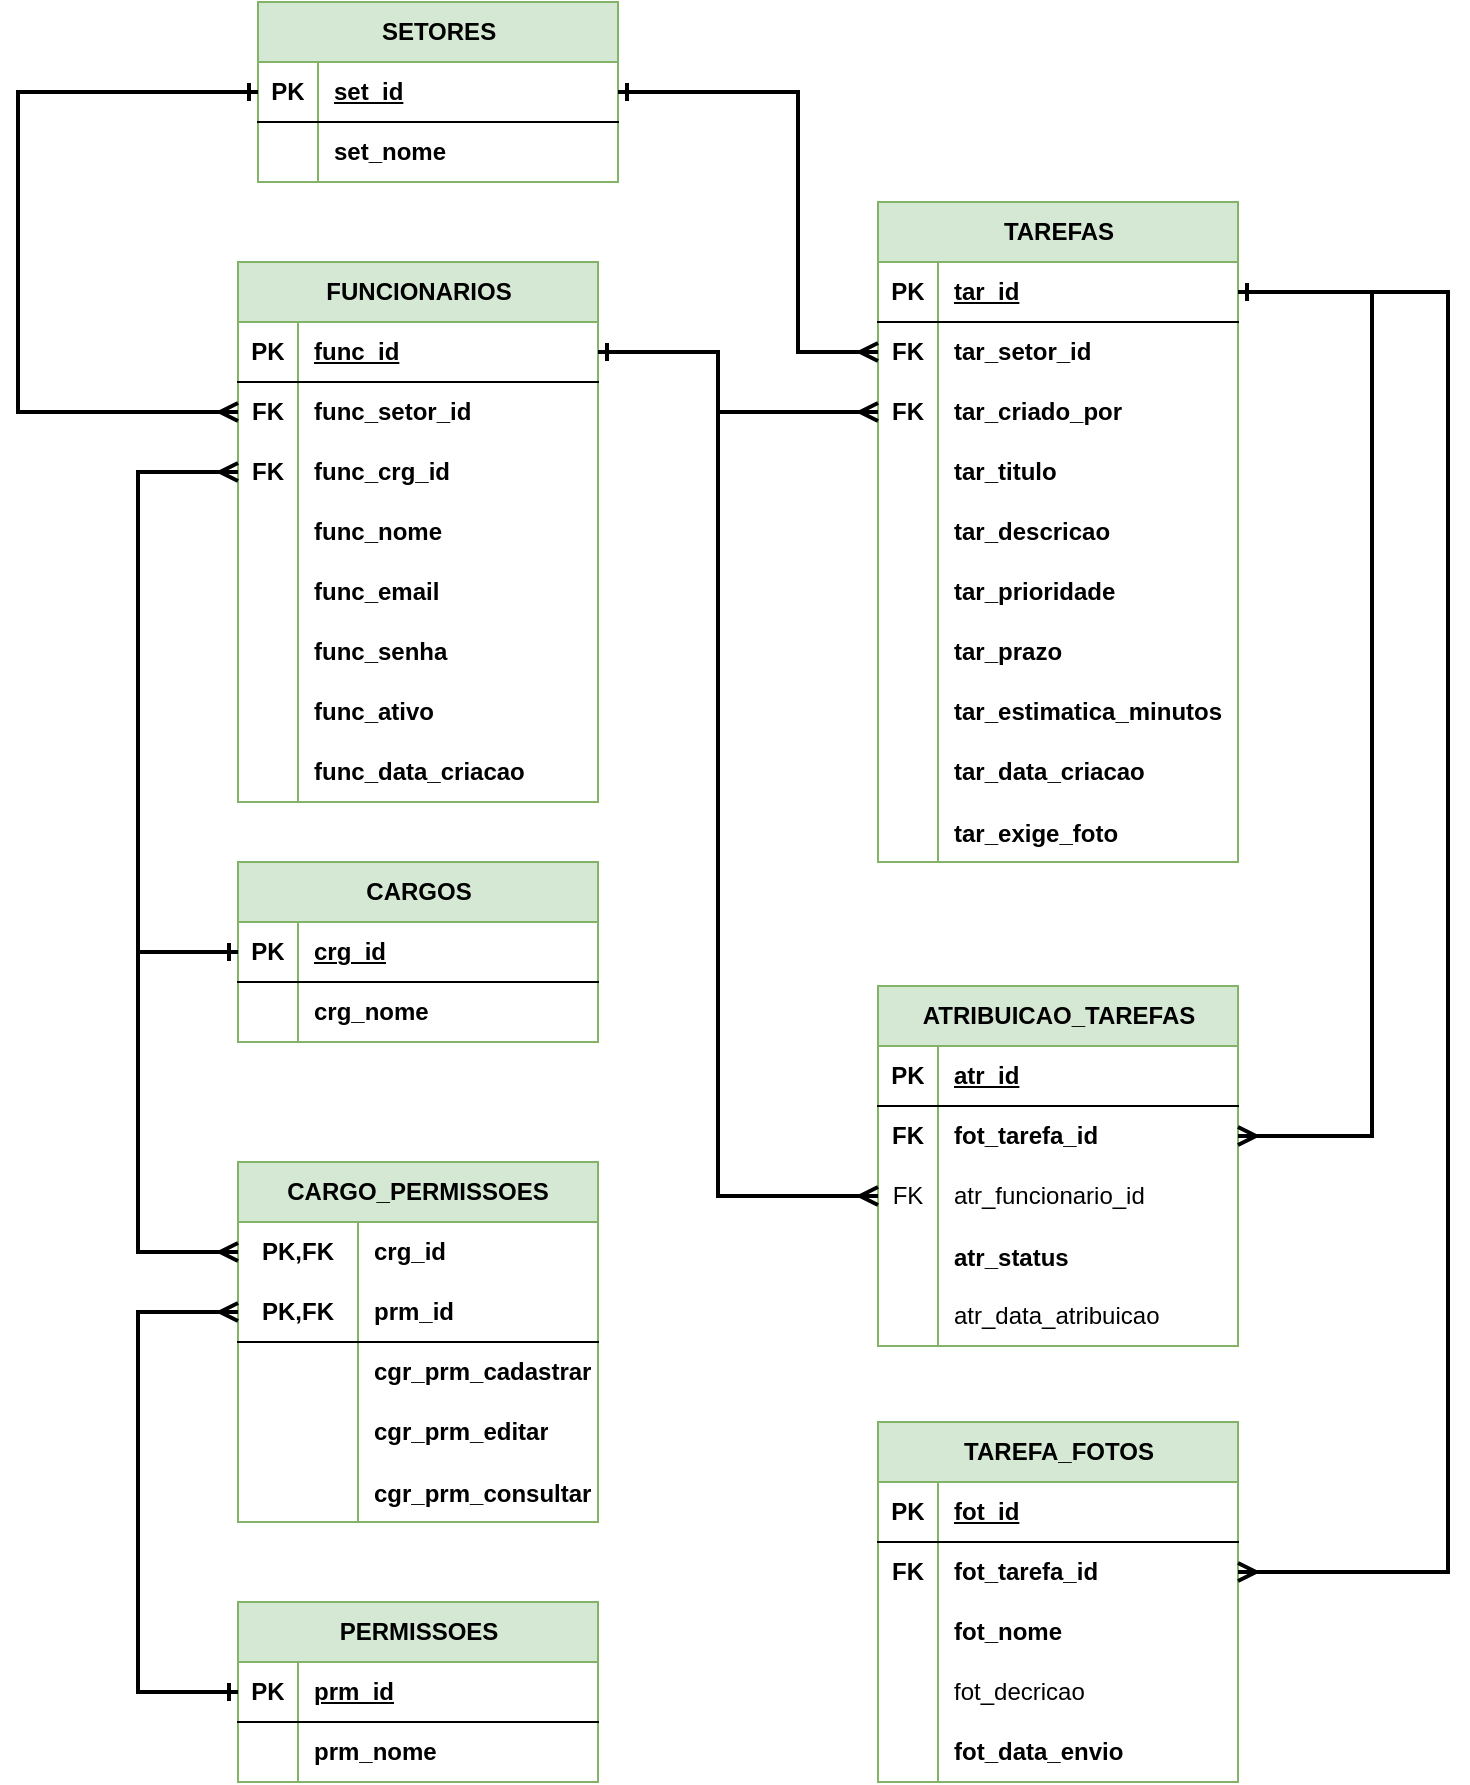
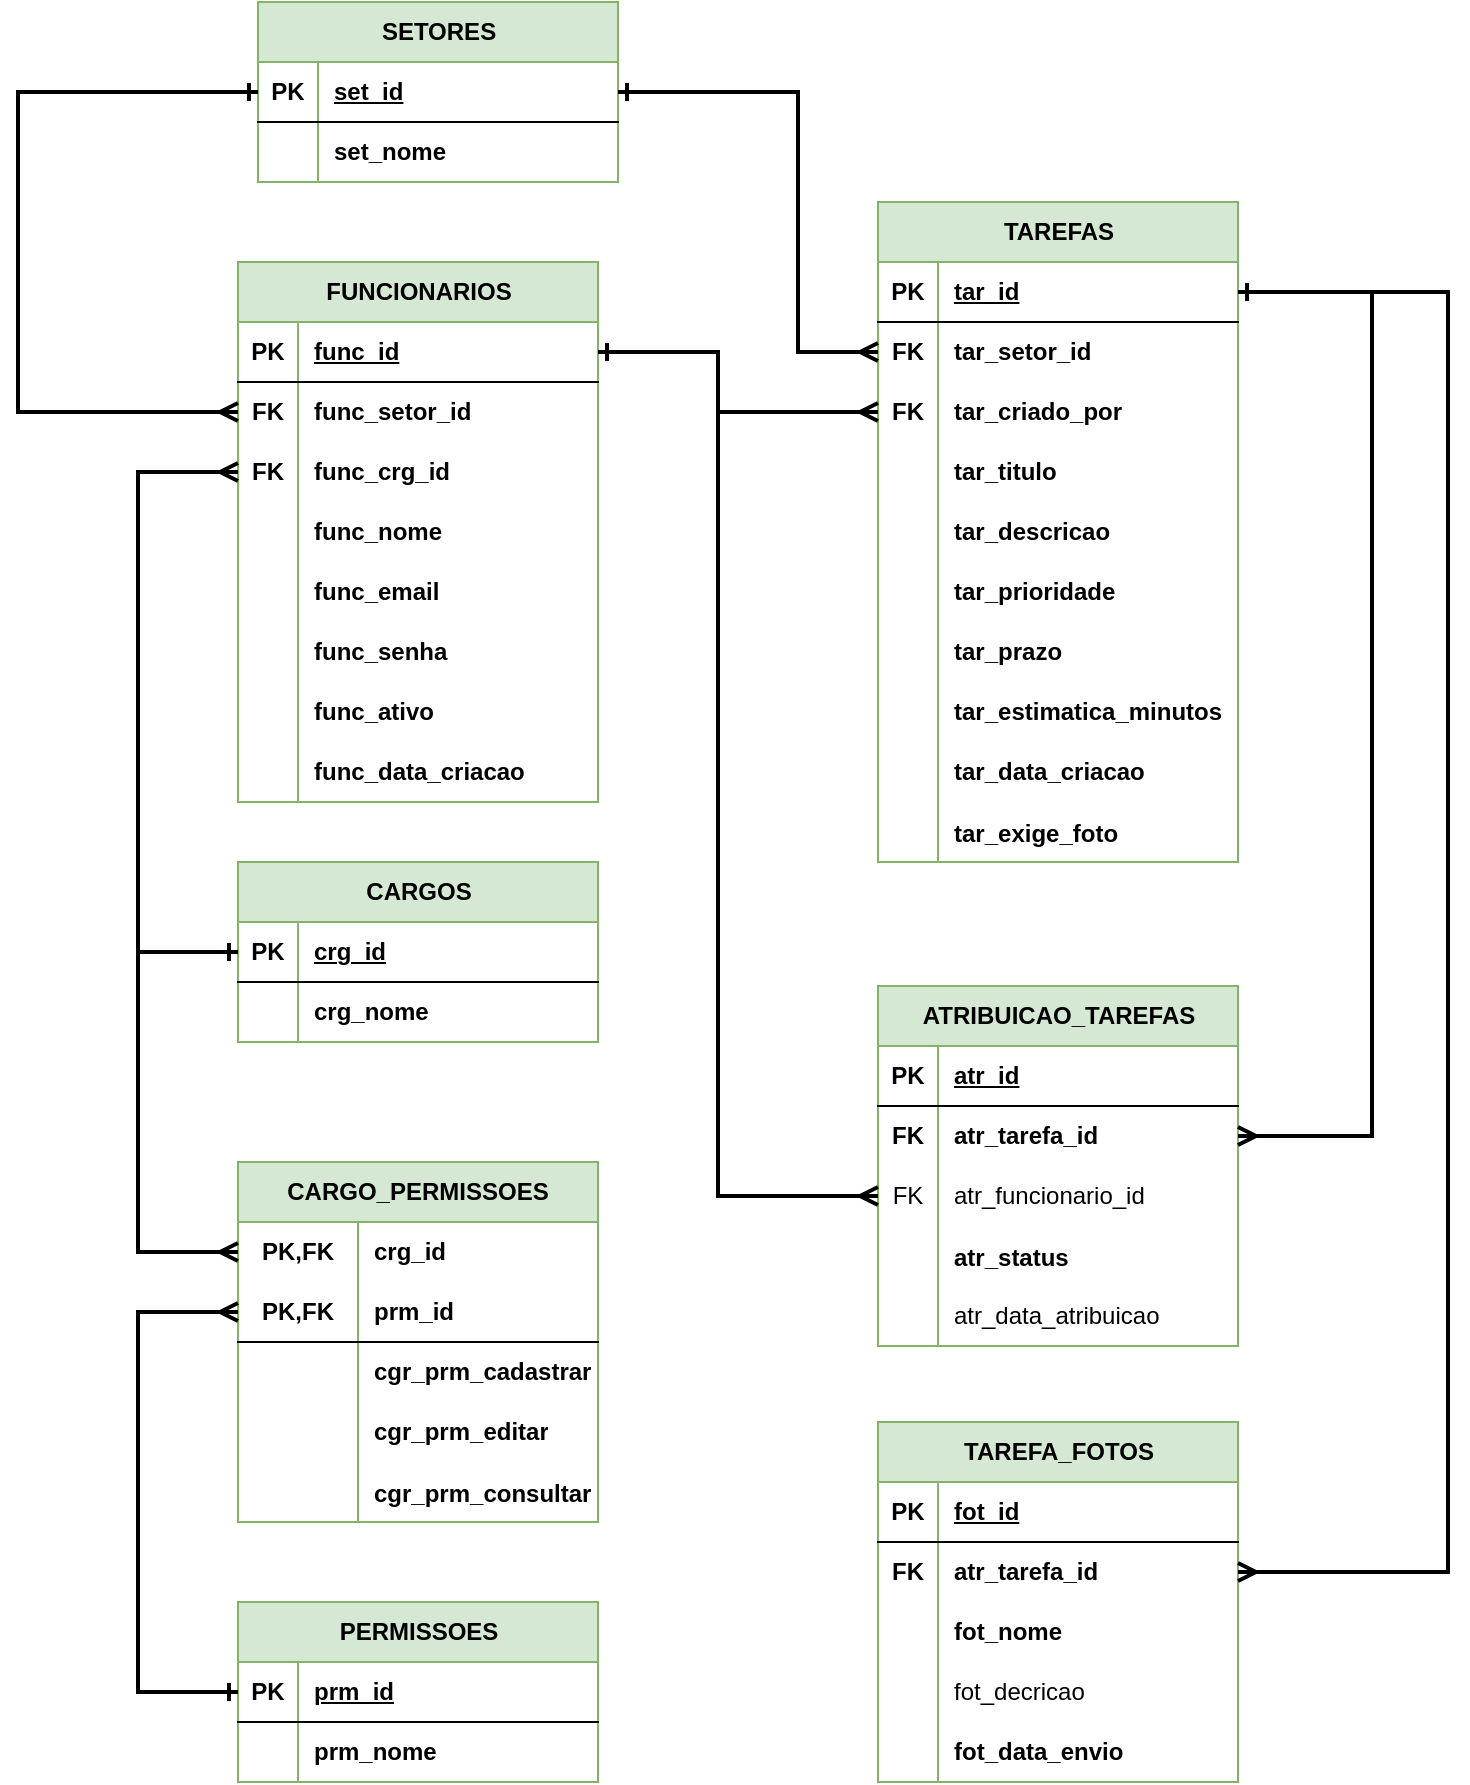
<mxfile host="app.diagrams.net" agent="Mozilla/5.0 (Windows NT 10.0; Win64; x64) AppleWebKit/537.36 (KHTML, like Gecko) Chrome/141.0.0.0 Safari/537.36" version="28.2.5">
  <diagram name="Page-1" id="tdLFEsNiTY2N0Qm3u20K">
    <mxGraphModel dx="1426" dy="1877" grid="0" gridSize="10" guides="1" tooltips="1" connect="1" arrows="1" fold="1" page="1" pageScale="1" pageWidth="850" pageHeight="1100" math="0" shadow="0">
      <root>
        <mxCell id="0" />
        <mxCell id="1" parent="0" />
        <mxCell id="zndUY75Ssu5RbvIsFqk3-79" value="FUNCIONARIOS" style="shape=table;startSize=30;container=1;collapsible=1;childLayout=tableLayout;fixedRows=1;rowLines=0;fontStyle=1;align=center;resizeLast=1;html=1;fillColor=#d5e8d4;strokeColor=#82b366;" parent="1" vertex="1">
          <mxGeometry x="135" y="-870" width="180" height="270" as="geometry" />
        </mxCell>
        <mxCell id="zndUY75Ssu5RbvIsFqk3-80" value="" style="shape=tableRow;horizontal=0;startSize=0;swimlaneHead=0;swimlaneBody=0;fillColor=none;collapsible=0;dropTarget=0;points=[[0,0.5],[1,0.5]];portConstraint=eastwest;top=0;left=0;right=0;bottom=1;" parent="zndUY75Ssu5RbvIsFqk3-79" vertex="1">
          <mxGeometry y="30" width="180" height="30" as="geometry" />
        </mxCell>
        <mxCell id="zndUY75Ssu5RbvIsFqk3-81" value="PK" style="shape=partialRectangle;connectable=0;fillColor=none;top=0;left=0;bottom=0;right=0;fontStyle=1;overflow=hidden;whiteSpace=wrap;html=1;" parent="zndUY75Ssu5RbvIsFqk3-80" vertex="1">
          <mxGeometry width="30" height="30" as="geometry">
            <mxRectangle width="30" height="30" as="alternateBounds" />
          </mxGeometry>
        </mxCell>
        <mxCell id="zndUY75Ssu5RbvIsFqk3-82" value="func_id" style="shape=partialRectangle;connectable=0;fillColor=none;top=0;left=0;bottom=0;right=0;align=left;spacingLeft=6;fontStyle=5;overflow=hidden;whiteSpace=wrap;html=1;" parent="zndUY75Ssu5RbvIsFqk3-80" vertex="1">
          <mxGeometry x="30" width="150" height="30" as="geometry">
            <mxRectangle width="150" height="30" as="alternateBounds" />
          </mxGeometry>
        </mxCell>
        <mxCell id="zndUY75Ssu5RbvIsFqk3-83" value="" style="shape=tableRow;horizontal=0;startSize=0;swimlaneHead=0;swimlaneBody=0;fillColor=none;collapsible=0;dropTarget=0;points=[[0,0.5],[1,0.5]];portConstraint=eastwest;top=0;left=0;right=0;bottom=0;" parent="zndUY75Ssu5RbvIsFqk3-79" vertex="1">
          <mxGeometry y="60" width="180" height="30" as="geometry" />
        </mxCell>
        <mxCell id="zndUY75Ssu5RbvIsFqk3-84" value="&lt;b&gt;FK&lt;/b&gt;" style="shape=partialRectangle;connectable=0;fillColor=none;top=0;left=0;bottom=0;right=0;editable=1;overflow=hidden;whiteSpace=wrap;html=1;" parent="zndUY75Ssu5RbvIsFqk3-83" vertex="1">
          <mxGeometry width="30" height="30" as="geometry">
            <mxRectangle width="30" height="30" as="alternateBounds" />
          </mxGeometry>
        </mxCell>
        <mxCell id="zndUY75Ssu5RbvIsFqk3-85" value="&lt;b&gt;func_setor_id&lt;/b&gt;" style="shape=partialRectangle;connectable=0;fillColor=none;top=0;left=0;bottom=0;right=0;align=left;spacingLeft=6;overflow=hidden;whiteSpace=wrap;html=1;" parent="zndUY75Ssu5RbvIsFqk3-83" vertex="1">
          <mxGeometry x="30" width="150" height="30" as="geometry">
            <mxRectangle width="150" height="30" as="alternateBounds" />
          </mxGeometry>
        </mxCell>
        <mxCell id="zndUY75Ssu5RbvIsFqk3-86" value="" style="shape=tableRow;horizontal=0;startSize=0;swimlaneHead=0;swimlaneBody=0;fillColor=none;collapsible=0;dropTarget=0;points=[[0,0.5],[1,0.5]];portConstraint=eastwest;top=0;left=0;right=0;bottom=0;" parent="zndUY75Ssu5RbvIsFqk3-79" vertex="1">
          <mxGeometry y="90" width="180" height="30" as="geometry" />
        </mxCell>
        <mxCell id="zndUY75Ssu5RbvIsFqk3-87" value="&lt;b&gt;FK&lt;/b&gt;" style="shape=partialRectangle;connectable=0;fillColor=none;top=0;left=0;bottom=0;right=0;editable=1;overflow=hidden;whiteSpace=wrap;html=1;" parent="zndUY75Ssu5RbvIsFqk3-86" vertex="1">
          <mxGeometry width="30" height="30" as="geometry">
            <mxRectangle width="30" height="30" as="alternateBounds" />
          </mxGeometry>
        </mxCell>
        <mxCell id="zndUY75Ssu5RbvIsFqk3-88" value="&lt;b&gt;func_crg_id&lt;/b&gt;" style="shape=partialRectangle;connectable=0;fillColor=none;top=0;left=0;bottom=0;right=0;align=left;spacingLeft=6;overflow=hidden;whiteSpace=wrap;html=1;" parent="zndUY75Ssu5RbvIsFqk3-86" vertex="1">
          <mxGeometry x="30" width="150" height="30" as="geometry">
            <mxRectangle width="150" height="30" as="alternateBounds" />
          </mxGeometry>
        </mxCell>
        <mxCell id="zndUY75Ssu5RbvIsFqk3-89" value="" style="shape=tableRow;horizontal=0;startSize=0;swimlaneHead=0;swimlaneBody=0;fillColor=none;collapsible=0;dropTarget=0;points=[[0,0.5],[1,0.5]];portConstraint=eastwest;top=0;left=0;right=0;bottom=0;" parent="zndUY75Ssu5RbvIsFqk3-79" vertex="1">
          <mxGeometry y="120" width="180" height="30" as="geometry" />
        </mxCell>
        <mxCell id="zndUY75Ssu5RbvIsFqk3-90" value="" style="shape=partialRectangle;connectable=0;fillColor=none;top=0;left=0;bottom=0;right=0;editable=1;overflow=hidden;whiteSpace=wrap;html=1;" parent="zndUY75Ssu5RbvIsFqk3-89" vertex="1">
          <mxGeometry width="30" height="30" as="geometry">
            <mxRectangle width="30" height="30" as="alternateBounds" />
          </mxGeometry>
        </mxCell>
        <mxCell id="zndUY75Ssu5RbvIsFqk3-91" value="&lt;b&gt;func_nome&lt;/b&gt;" style="shape=partialRectangle;connectable=0;fillColor=none;top=0;left=0;bottom=0;right=0;align=left;spacingLeft=6;overflow=hidden;whiteSpace=wrap;html=1;" parent="zndUY75Ssu5RbvIsFqk3-89" vertex="1">
          <mxGeometry x="30" width="150" height="30" as="geometry">
            <mxRectangle width="150" height="30" as="alternateBounds" />
          </mxGeometry>
        </mxCell>
        <mxCell id="zndUY75Ssu5RbvIsFqk3-101" style="shape=tableRow;horizontal=0;startSize=0;swimlaneHead=0;swimlaneBody=0;fillColor=none;collapsible=0;dropTarget=0;points=[[0,0.5],[1,0.5]];portConstraint=eastwest;top=0;left=0;right=0;bottom=0;" parent="zndUY75Ssu5RbvIsFqk3-79" vertex="1">
          <mxGeometry y="150" width="180" height="30" as="geometry" />
        </mxCell>
        <mxCell id="zndUY75Ssu5RbvIsFqk3-102" style="shape=partialRectangle;connectable=0;fillColor=none;top=0;left=0;bottom=0;right=0;editable=1;overflow=hidden;whiteSpace=wrap;html=1;" parent="zndUY75Ssu5RbvIsFqk3-101" vertex="1">
          <mxGeometry width="30" height="30" as="geometry">
            <mxRectangle width="30" height="30" as="alternateBounds" />
          </mxGeometry>
        </mxCell>
        <mxCell id="zndUY75Ssu5RbvIsFqk3-103" value="&lt;b&gt;func_email&lt;/b&gt;" style="shape=partialRectangle;connectable=0;fillColor=none;top=0;left=0;bottom=0;right=0;align=left;spacingLeft=6;overflow=hidden;whiteSpace=wrap;html=1;" parent="zndUY75Ssu5RbvIsFqk3-101" vertex="1">
          <mxGeometry x="30" width="150" height="30" as="geometry">
            <mxRectangle width="150" height="30" as="alternateBounds" />
          </mxGeometry>
        </mxCell>
        <mxCell id="zndUY75Ssu5RbvIsFqk3-104" style="shape=tableRow;horizontal=0;startSize=0;swimlaneHead=0;swimlaneBody=0;fillColor=none;collapsible=0;dropTarget=0;points=[[0,0.5],[1,0.5]];portConstraint=eastwest;top=0;left=0;right=0;bottom=0;" parent="zndUY75Ssu5RbvIsFqk3-79" vertex="1">
          <mxGeometry y="180" width="180" height="30" as="geometry" />
        </mxCell>
        <mxCell id="zndUY75Ssu5RbvIsFqk3-105" style="shape=partialRectangle;connectable=0;fillColor=none;top=0;left=0;bottom=0;right=0;editable=1;overflow=hidden;whiteSpace=wrap;html=1;" parent="zndUY75Ssu5RbvIsFqk3-104" vertex="1">
          <mxGeometry width="30" height="30" as="geometry">
            <mxRectangle width="30" height="30" as="alternateBounds" />
          </mxGeometry>
        </mxCell>
        <mxCell id="zndUY75Ssu5RbvIsFqk3-106" value="&lt;b&gt;func_senha&lt;/b&gt;" style="shape=partialRectangle;connectable=0;fillColor=none;top=0;left=0;bottom=0;right=0;align=left;spacingLeft=6;overflow=hidden;whiteSpace=wrap;html=1;" parent="zndUY75Ssu5RbvIsFqk3-104" vertex="1">
          <mxGeometry x="30" width="150" height="30" as="geometry">
            <mxRectangle width="150" height="30" as="alternateBounds" />
          </mxGeometry>
        </mxCell>
        <mxCell id="zndUY75Ssu5RbvIsFqk3-110" style="shape=tableRow;horizontal=0;startSize=0;swimlaneHead=0;swimlaneBody=0;fillColor=none;collapsible=0;dropTarget=0;points=[[0,0.5],[1,0.5]];portConstraint=eastwest;top=0;left=0;right=0;bottom=0;" parent="zndUY75Ssu5RbvIsFqk3-79" vertex="1">
          <mxGeometry y="210" width="180" height="30" as="geometry" />
        </mxCell>
        <mxCell id="zndUY75Ssu5RbvIsFqk3-111" style="shape=partialRectangle;connectable=0;fillColor=none;top=0;left=0;bottom=0;right=0;editable=1;overflow=hidden;whiteSpace=wrap;html=1;" parent="zndUY75Ssu5RbvIsFqk3-110" vertex="1">
          <mxGeometry width="30" height="30" as="geometry">
            <mxRectangle width="30" height="30" as="alternateBounds" />
          </mxGeometry>
        </mxCell>
        <mxCell id="zndUY75Ssu5RbvIsFqk3-112" value="&lt;b&gt;func_ativo&lt;/b&gt;" style="shape=partialRectangle;connectable=0;fillColor=none;top=0;left=0;bottom=0;right=0;align=left;spacingLeft=6;overflow=hidden;whiteSpace=wrap;html=1;" parent="zndUY75Ssu5RbvIsFqk3-110" vertex="1">
          <mxGeometry x="30" width="150" height="30" as="geometry">
            <mxRectangle width="150" height="30" as="alternateBounds" />
          </mxGeometry>
        </mxCell>
        <mxCell id="zndUY75Ssu5RbvIsFqk3-113" style="shape=tableRow;horizontal=0;startSize=0;swimlaneHead=0;swimlaneBody=0;fillColor=none;collapsible=0;dropTarget=0;points=[[0,0.5],[1,0.5]];portConstraint=eastwest;top=0;left=0;right=0;bottom=0;" parent="zndUY75Ssu5RbvIsFqk3-79" vertex="1">
          <mxGeometry y="240" width="180" height="30" as="geometry" />
        </mxCell>
        <mxCell id="zndUY75Ssu5RbvIsFqk3-114" style="shape=partialRectangle;connectable=0;fillColor=none;top=0;left=0;bottom=0;right=0;editable=1;overflow=hidden;whiteSpace=wrap;html=1;" parent="zndUY75Ssu5RbvIsFqk3-113" vertex="1">
          <mxGeometry width="30" height="30" as="geometry">
            <mxRectangle width="30" height="30" as="alternateBounds" />
          </mxGeometry>
        </mxCell>
        <mxCell id="zndUY75Ssu5RbvIsFqk3-115" value="&lt;b&gt;func_data_criacao&lt;/b&gt;" style="shape=partialRectangle;connectable=0;fillColor=none;top=0;left=0;bottom=0;right=0;align=left;spacingLeft=6;overflow=hidden;whiteSpace=wrap;html=1;" parent="zndUY75Ssu5RbvIsFqk3-113" vertex="1">
          <mxGeometry x="30" width="150" height="30" as="geometry">
            <mxRectangle width="150" height="30" as="alternateBounds" />
          </mxGeometry>
        </mxCell>
        <mxCell id="zndUY75Ssu5RbvIsFqk3-116" value="CARGOS" style="shape=table;startSize=30;container=1;collapsible=1;childLayout=tableLayout;fixedRows=1;rowLines=0;fontStyle=1;align=center;resizeLast=1;html=1;fillColor=#d5e8d4;strokeColor=#82b366;" parent="1" vertex="1">
          <mxGeometry x="135" y="-570" width="180" height="90" as="geometry" />
        </mxCell>
        <mxCell id="zndUY75Ssu5RbvIsFqk3-117" value="" style="shape=tableRow;horizontal=0;startSize=0;swimlaneHead=0;swimlaneBody=0;fillColor=none;collapsible=0;dropTarget=0;points=[[0,0.5],[1,0.5]];portConstraint=eastwest;top=0;left=0;right=0;bottom=1;" parent="zndUY75Ssu5RbvIsFqk3-116" vertex="1">
          <mxGeometry y="30" width="180" height="30" as="geometry" />
        </mxCell>
        <mxCell id="zndUY75Ssu5RbvIsFqk3-118" value="PK" style="shape=partialRectangle;connectable=0;fillColor=none;top=0;left=0;bottom=0;right=0;fontStyle=1;overflow=hidden;whiteSpace=wrap;html=1;" parent="zndUY75Ssu5RbvIsFqk3-117" vertex="1">
          <mxGeometry width="30" height="30" as="geometry">
            <mxRectangle width="30" height="30" as="alternateBounds" />
          </mxGeometry>
        </mxCell>
        <mxCell id="zndUY75Ssu5RbvIsFqk3-119" value="crg_id" style="shape=partialRectangle;connectable=0;fillColor=none;top=0;left=0;bottom=0;right=0;align=left;spacingLeft=6;fontStyle=5;overflow=hidden;whiteSpace=wrap;html=1;" parent="zndUY75Ssu5RbvIsFqk3-117" vertex="1">
          <mxGeometry x="30" width="150" height="30" as="geometry">
            <mxRectangle width="150" height="30" as="alternateBounds" />
          </mxGeometry>
        </mxCell>
        <mxCell id="zndUY75Ssu5RbvIsFqk3-120" value="" style="shape=tableRow;horizontal=0;startSize=0;swimlaneHead=0;swimlaneBody=0;fillColor=none;collapsible=0;dropTarget=0;points=[[0,0.5],[1,0.5]];portConstraint=eastwest;top=0;left=0;right=0;bottom=0;" parent="zndUY75Ssu5RbvIsFqk3-116" vertex="1">
          <mxGeometry y="60" width="180" height="30" as="geometry" />
        </mxCell>
        <mxCell id="zndUY75Ssu5RbvIsFqk3-121" value="" style="shape=partialRectangle;connectable=0;fillColor=none;top=0;left=0;bottom=0;right=0;editable=1;overflow=hidden;whiteSpace=wrap;html=1;" parent="zndUY75Ssu5RbvIsFqk3-120" vertex="1">
          <mxGeometry width="30" height="30" as="geometry">
            <mxRectangle width="30" height="30" as="alternateBounds" />
          </mxGeometry>
        </mxCell>
        <mxCell id="zndUY75Ssu5RbvIsFqk3-122" value="&lt;span style=&quot;font-weight: 700;&quot;&gt;crg_nome&lt;/span&gt;" style="shape=partialRectangle;connectable=0;fillColor=none;top=0;left=0;bottom=0;right=0;align=left;spacingLeft=6;overflow=hidden;whiteSpace=wrap;html=1;" parent="zndUY75Ssu5RbvIsFqk3-120" vertex="1">
          <mxGeometry x="30" width="150" height="30" as="geometry">
            <mxRectangle width="150" height="30" as="alternateBounds" />
          </mxGeometry>
        </mxCell>
        <mxCell id="zndUY75Ssu5RbvIsFqk3-129" value="SETORES" style="shape=table;startSize=30;container=1;collapsible=1;childLayout=tableLayout;fixedRows=1;rowLines=0;fontStyle=1;align=center;resizeLast=1;html=1;fillColor=#d5e8d4;strokeColor=#82b366;" parent="1" vertex="1">
          <mxGeometry x="145" y="-1000" width="180" height="90" as="geometry" />
        </mxCell>
        <mxCell id="zndUY75Ssu5RbvIsFqk3-130" value="" style="shape=tableRow;horizontal=0;startSize=0;swimlaneHead=0;swimlaneBody=0;fillColor=none;collapsible=0;dropTarget=0;points=[[0,0.5],[1,0.5]];portConstraint=eastwest;top=0;left=0;right=0;bottom=1;" parent="zndUY75Ssu5RbvIsFqk3-129" vertex="1">
          <mxGeometry y="30" width="180" height="30" as="geometry" />
        </mxCell>
        <mxCell id="zndUY75Ssu5RbvIsFqk3-131" value="PK" style="shape=partialRectangle;connectable=0;fillColor=none;top=0;left=0;bottom=0;right=0;fontStyle=1;overflow=hidden;whiteSpace=wrap;html=1;" parent="zndUY75Ssu5RbvIsFqk3-130" vertex="1">
          <mxGeometry width="30" height="30" as="geometry">
            <mxRectangle width="30" height="30" as="alternateBounds" />
          </mxGeometry>
        </mxCell>
        <mxCell id="zndUY75Ssu5RbvIsFqk3-132" value="set_id" style="shape=partialRectangle;connectable=0;fillColor=none;top=0;left=0;bottom=0;right=0;align=left;spacingLeft=6;fontStyle=5;overflow=hidden;whiteSpace=wrap;html=1;" parent="zndUY75Ssu5RbvIsFqk3-130" vertex="1">
          <mxGeometry x="30" width="150" height="30" as="geometry">
            <mxRectangle width="150" height="30" as="alternateBounds" />
          </mxGeometry>
        </mxCell>
        <mxCell id="zndUY75Ssu5RbvIsFqk3-133" value="" style="shape=tableRow;horizontal=0;startSize=0;swimlaneHead=0;swimlaneBody=0;fillColor=none;collapsible=0;dropTarget=0;points=[[0,0.5],[1,0.5]];portConstraint=eastwest;top=0;left=0;right=0;bottom=0;" parent="zndUY75Ssu5RbvIsFqk3-129" vertex="1">
          <mxGeometry y="60" width="180" height="30" as="geometry" />
        </mxCell>
        <mxCell id="zndUY75Ssu5RbvIsFqk3-134" value="" style="shape=partialRectangle;connectable=0;fillColor=none;top=0;left=0;bottom=0;right=0;editable=1;overflow=hidden;whiteSpace=wrap;html=1;" parent="zndUY75Ssu5RbvIsFqk3-133" vertex="1">
          <mxGeometry width="30" height="30" as="geometry">
            <mxRectangle width="30" height="30" as="alternateBounds" />
          </mxGeometry>
        </mxCell>
        <mxCell id="zndUY75Ssu5RbvIsFqk3-135" value="&lt;span style=&quot;font-weight: 700;&quot;&gt;set_nome&lt;/span&gt;" style="shape=partialRectangle;connectable=0;fillColor=none;top=0;left=0;bottom=0;right=0;align=left;spacingLeft=6;overflow=hidden;whiteSpace=wrap;html=1;" parent="zndUY75Ssu5RbvIsFqk3-133" vertex="1">
          <mxGeometry x="30" width="150" height="30" as="geometry">
            <mxRectangle width="150" height="30" as="alternateBounds" />
          </mxGeometry>
        </mxCell>
        <mxCell id="zndUY75Ssu5RbvIsFqk3-142" value="TAREFAS" style="shape=table;startSize=30;container=1;collapsible=1;childLayout=tableLayout;fixedRows=1;rowLines=0;fontStyle=1;align=center;resizeLast=1;html=1;fillColor=#d5e8d4;strokeColor=#82b366;" parent="1" vertex="1">
          <mxGeometry x="455" y="-900" width="180" height="330" as="geometry" />
        </mxCell>
        <mxCell id="zndUY75Ssu5RbvIsFqk3-143" value="" style="shape=tableRow;horizontal=0;startSize=0;swimlaneHead=0;swimlaneBody=0;fillColor=none;collapsible=0;dropTarget=0;points=[[0,0.5],[1,0.5]];portConstraint=eastwest;top=0;left=0;right=0;bottom=1;" parent="zndUY75Ssu5RbvIsFqk3-142" vertex="1">
          <mxGeometry y="30" width="180" height="30" as="geometry" />
        </mxCell>
        <mxCell id="zndUY75Ssu5RbvIsFqk3-144" value="PK" style="shape=partialRectangle;connectable=0;fillColor=none;top=0;left=0;bottom=0;right=0;fontStyle=1;overflow=hidden;whiteSpace=wrap;html=1;" parent="zndUY75Ssu5RbvIsFqk3-143" vertex="1">
          <mxGeometry width="30" height="30" as="geometry">
            <mxRectangle width="30" height="30" as="alternateBounds" />
          </mxGeometry>
        </mxCell>
        <mxCell id="zndUY75Ssu5RbvIsFqk3-145" value="tar_id" style="shape=partialRectangle;connectable=0;fillColor=none;top=0;left=0;bottom=0;right=0;align=left;spacingLeft=6;fontStyle=5;overflow=hidden;whiteSpace=wrap;html=1;" parent="zndUY75Ssu5RbvIsFqk3-143" vertex="1">
          <mxGeometry x="30" width="150" height="30" as="geometry">
            <mxRectangle width="150" height="30" as="alternateBounds" />
          </mxGeometry>
        </mxCell>
        <mxCell id="zndUY75Ssu5RbvIsFqk3-146" value="" style="shape=tableRow;horizontal=0;startSize=0;swimlaneHead=0;swimlaneBody=0;fillColor=none;collapsible=0;dropTarget=0;points=[[0,0.5],[1,0.5]];portConstraint=eastwest;top=0;left=0;right=0;bottom=0;" parent="zndUY75Ssu5RbvIsFqk3-142" vertex="1">
          <mxGeometry y="60" width="180" height="30" as="geometry" />
        </mxCell>
        <mxCell id="zndUY75Ssu5RbvIsFqk3-147" value="&lt;b&gt;FK&lt;/b&gt;" style="shape=partialRectangle;connectable=0;fillColor=none;top=0;left=0;bottom=0;right=0;editable=1;overflow=hidden;whiteSpace=wrap;html=1;" parent="zndUY75Ssu5RbvIsFqk3-146" vertex="1">
          <mxGeometry width="30" height="30" as="geometry">
            <mxRectangle width="30" height="30" as="alternateBounds" />
          </mxGeometry>
        </mxCell>
        <mxCell id="zndUY75Ssu5RbvIsFqk3-148" value="&lt;b&gt;tar_setor_id&lt;/b&gt;" style="shape=partialRectangle;connectable=0;fillColor=none;top=0;left=0;bottom=0;right=0;align=left;spacingLeft=6;overflow=hidden;whiteSpace=wrap;html=1;" parent="zndUY75Ssu5RbvIsFqk3-146" vertex="1">
          <mxGeometry x="30" width="150" height="30" as="geometry">
            <mxRectangle width="150" height="30" as="alternateBounds" />
          </mxGeometry>
        </mxCell>
        <mxCell id="zndUY75Ssu5RbvIsFqk3-149" value="" style="shape=tableRow;horizontal=0;startSize=0;swimlaneHead=0;swimlaneBody=0;fillColor=none;collapsible=0;dropTarget=0;points=[[0,0.5],[1,0.5]];portConstraint=eastwest;top=0;left=0;right=0;bottom=0;" parent="zndUY75Ssu5RbvIsFqk3-142" vertex="1">
          <mxGeometry y="90" width="180" height="30" as="geometry" />
        </mxCell>
        <mxCell id="zndUY75Ssu5RbvIsFqk3-150" value="&lt;b&gt;FK&lt;/b&gt;" style="shape=partialRectangle;connectable=0;fillColor=none;top=0;left=0;bottom=0;right=0;editable=1;overflow=hidden;whiteSpace=wrap;html=1;" parent="zndUY75Ssu5RbvIsFqk3-149" vertex="1">
          <mxGeometry width="30" height="30" as="geometry">
            <mxRectangle width="30" height="30" as="alternateBounds" />
          </mxGeometry>
        </mxCell>
        <mxCell id="zndUY75Ssu5RbvIsFqk3-151" value="&lt;b&gt;tar_criado_por&lt;/b&gt;" style="shape=partialRectangle;connectable=0;fillColor=none;top=0;left=0;bottom=0;right=0;align=left;spacingLeft=6;overflow=hidden;whiteSpace=wrap;html=1;" parent="zndUY75Ssu5RbvIsFqk3-149" vertex="1">
          <mxGeometry x="30" width="150" height="30" as="geometry">
            <mxRectangle width="150" height="30" as="alternateBounds" />
          </mxGeometry>
        </mxCell>
        <mxCell id="zndUY75Ssu5RbvIsFqk3-152" value="" style="shape=tableRow;horizontal=0;startSize=0;swimlaneHead=0;swimlaneBody=0;fillColor=none;collapsible=0;dropTarget=0;points=[[0,0.5],[1,0.5]];portConstraint=eastwest;top=0;left=0;right=0;bottom=0;" parent="zndUY75Ssu5RbvIsFqk3-142" vertex="1">
          <mxGeometry y="120" width="180" height="30" as="geometry" />
        </mxCell>
        <mxCell id="zndUY75Ssu5RbvIsFqk3-153" value="" style="shape=partialRectangle;connectable=0;fillColor=none;top=0;left=0;bottom=0;right=0;editable=1;overflow=hidden;whiteSpace=wrap;html=1;" parent="zndUY75Ssu5RbvIsFqk3-152" vertex="1">
          <mxGeometry width="30" height="30" as="geometry">
            <mxRectangle width="30" height="30" as="alternateBounds" />
          </mxGeometry>
        </mxCell>
        <mxCell id="zndUY75Ssu5RbvIsFqk3-154" value="&lt;b&gt;tar_titulo&lt;/b&gt;" style="shape=partialRectangle;connectable=0;fillColor=none;top=0;left=0;bottom=0;right=0;align=left;spacingLeft=6;overflow=hidden;whiteSpace=wrap;html=1;" parent="zndUY75Ssu5RbvIsFqk3-152" vertex="1">
          <mxGeometry x="30" width="150" height="30" as="geometry">
            <mxRectangle width="150" height="30" as="alternateBounds" />
          </mxGeometry>
        </mxCell>
        <mxCell id="zndUY75Ssu5RbvIsFqk3-155" style="shape=tableRow;horizontal=0;startSize=0;swimlaneHead=0;swimlaneBody=0;fillColor=none;collapsible=0;dropTarget=0;points=[[0,0.5],[1,0.5]];portConstraint=eastwest;top=0;left=0;right=0;bottom=0;" parent="zndUY75Ssu5RbvIsFqk3-142" vertex="1">
          <mxGeometry y="150" width="180" height="30" as="geometry" />
        </mxCell>
        <mxCell id="zndUY75Ssu5RbvIsFqk3-156" style="shape=partialRectangle;connectable=0;fillColor=none;top=0;left=0;bottom=0;right=0;editable=1;overflow=hidden;whiteSpace=wrap;html=1;" parent="zndUY75Ssu5RbvIsFqk3-155" vertex="1">
          <mxGeometry width="30" height="30" as="geometry">
            <mxRectangle width="30" height="30" as="alternateBounds" />
          </mxGeometry>
        </mxCell>
        <mxCell id="zndUY75Ssu5RbvIsFqk3-157" value="&lt;b&gt;tar_descricao&lt;/b&gt;" style="shape=partialRectangle;connectable=0;fillColor=none;top=0;left=0;bottom=0;right=0;align=left;spacingLeft=6;overflow=hidden;whiteSpace=wrap;html=1;" parent="zndUY75Ssu5RbvIsFqk3-155" vertex="1">
          <mxGeometry x="30" width="150" height="30" as="geometry">
            <mxRectangle width="150" height="30" as="alternateBounds" />
          </mxGeometry>
        </mxCell>
        <mxCell id="zndUY75Ssu5RbvIsFqk3-158" style="shape=tableRow;horizontal=0;startSize=0;swimlaneHead=0;swimlaneBody=0;fillColor=none;collapsible=0;dropTarget=0;points=[[0,0.5],[1,0.5]];portConstraint=eastwest;top=0;left=0;right=0;bottom=0;" parent="zndUY75Ssu5RbvIsFqk3-142" vertex="1">
          <mxGeometry y="180" width="180" height="30" as="geometry" />
        </mxCell>
        <mxCell id="zndUY75Ssu5RbvIsFqk3-159" style="shape=partialRectangle;connectable=0;fillColor=none;top=0;left=0;bottom=0;right=0;editable=1;overflow=hidden;whiteSpace=wrap;html=1;" parent="zndUY75Ssu5RbvIsFqk3-158" vertex="1">
          <mxGeometry width="30" height="30" as="geometry">
            <mxRectangle width="30" height="30" as="alternateBounds" />
          </mxGeometry>
        </mxCell>
        <mxCell id="zndUY75Ssu5RbvIsFqk3-160" value="&lt;b&gt;tar_prioridade&lt;/b&gt;" style="shape=partialRectangle;connectable=0;fillColor=none;top=0;left=0;bottom=0;right=0;align=left;spacingLeft=6;overflow=hidden;whiteSpace=wrap;html=1;" parent="zndUY75Ssu5RbvIsFqk3-158" vertex="1">
          <mxGeometry x="30" width="150" height="30" as="geometry">
            <mxRectangle width="150" height="30" as="alternateBounds" />
          </mxGeometry>
        </mxCell>
        <mxCell id="zndUY75Ssu5RbvIsFqk3-161" style="shape=tableRow;horizontal=0;startSize=0;swimlaneHead=0;swimlaneBody=0;fillColor=none;collapsible=0;dropTarget=0;points=[[0,0.5],[1,0.5]];portConstraint=eastwest;top=0;left=0;right=0;bottom=0;" parent="zndUY75Ssu5RbvIsFqk3-142" vertex="1">
          <mxGeometry y="210" width="180" height="30" as="geometry" />
        </mxCell>
        <mxCell id="zndUY75Ssu5RbvIsFqk3-162" style="shape=partialRectangle;connectable=0;fillColor=none;top=0;left=0;bottom=0;right=0;editable=1;overflow=hidden;whiteSpace=wrap;html=1;" parent="zndUY75Ssu5RbvIsFqk3-161" vertex="1">
          <mxGeometry width="30" height="30" as="geometry">
            <mxRectangle width="30" height="30" as="alternateBounds" />
          </mxGeometry>
        </mxCell>
        <mxCell id="zndUY75Ssu5RbvIsFqk3-163" value="&lt;b&gt;tar_prazo&lt;/b&gt;" style="shape=partialRectangle;connectable=0;fillColor=none;top=0;left=0;bottom=0;right=0;align=left;spacingLeft=6;overflow=hidden;whiteSpace=wrap;html=1;" parent="zndUY75Ssu5RbvIsFqk3-161" vertex="1">
          <mxGeometry x="30" width="150" height="30" as="geometry">
            <mxRectangle width="150" height="30" as="alternateBounds" />
          </mxGeometry>
        </mxCell>
        <mxCell id="zndUY75Ssu5RbvIsFqk3-167" style="shape=tableRow;horizontal=0;startSize=0;swimlaneHead=0;swimlaneBody=0;fillColor=none;collapsible=0;dropTarget=0;points=[[0,0.5],[1,0.5]];portConstraint=eastwest;top=0;left=0;right=0;bottom=0;" parent="zndUY75Ssu5RbvIsFqk3-142" vertex="1">
          <mxGeometry y="240" width="180" height="30" as="geometry" />
        </mxCell>
        <mxCell id="zndUY75Ssu5RbvIsFqk3-168" style="shape=partialRectangle;connectable=0;fillColor=none;top=0;left=0;bottom=0;right=0;editable=1;overflow=hidden;whiteSpace=wrap;html=1;" parent="zndUY75Ssu5RbvIsFqk3-167" vertex="1">
          <mxGeometry width="30" height="30" as="geometry">
            <mxRectangle width="30" height="30" as="alternateBounds" />
          </mxGeometry>
        </mxCell>
        <mxCell id="zndUY75Ssu5RbvIsFqk3-169" value="&lt;b&gt;tar_estimatica_minutos&lt;/b&gt;" style="shape=partialRectangle;connectable=0;fillColor=none;top=0;left=0;bottom=0;right=0;align=left;spacingLeft=6;overflow=hidden;whiteSpace=wrap;html=1;" parent="zndUY75Ssu5RbvIsFqk3-167" vertex="1">
          <mxGeometry x="30" width="150" height="30" as="geometry">
            <mxRectangle width="150" height="30" as="alternateBounds" />
          </mxGeometry>
        </mxCell>
        <mxCell id="zndUY75Ssu5RbvIsFqk3-170" style="shape=tableRow;horizontal=0;startSize=0;swimlaneHead=0;swimlaneBody=0;fillColor=none;collapsible=0;dropTarget=0;points=[[0,0.5],[1,0.5]];portConstraint=eastwest;top=0;left=0;right=0;bottom=0;" parent="zndUY75Ssu5RbvIsFqk3-142" vertex="1">
          <mxGeometry y="270" width="180" height="30" as="geometry" />
        </mxCell>
        <mxCell id="zndUY75Ssu5RbvIsFqk3-171" style="shape=partialRectangle;connectable=0;fillColor=none;top=0;left=0;bottom=0;right=0;editable=1;overflow=hidden;whiteSpace=wrap;html=1;" parent="zndUY75Ssu5RbvIsFqk3-170" vertex="1">
          <mxGeometry width="30" height="30" as="geometry">
            <mxRectangle width="30" height="30" as="alternateBounds" />
          </mxGeometry>
        </mxCell>
        <mxCell id="zndUY75Ssu5RbvIsFqk3-172" value="&lt;b&gt;tar_data_criacao&lt;/b&gt;" style="shape=partialRectangle;connectable=0;fillColor=none;top=0;left=0;bottom=0;right=0;align=left;spacingLeft=6;overflow=hidden;whiteSpace=wrap;html=1;" parent="zndUY75Ssu5RbvIsFqk3-170" vertex="1">
          <mxGeometry x="30" width="150" height="30" as="geometry">
            <mxRectangle width="150" height="30" as="alternateBounds" />
          </mxGeometry>
        </mxCell>
        <mxCell id="UdN1vUUqeqcKqOA7NCHN-35" value="" style="shape=tableRow;horizontal=0;startSize=0;swimlaneHead=0;swimlaneBody=0;fillColor=none;collapsible=0;dropTarget=0;points=[[0,0.5],[1,0.5]];portConstraint=eastwest;top=0;left=0;right=0;bottom=0;" parent="zndUY75Ssu5RbvIsFqk3-142" vertex="1">
          <mxGeometry y="300" width="180" height="30" as="geometry" />
        </mxCell>
        <mxCell id="UdN1vUUqeqcKqOA7NCHN-36" value="" style="shape=partialRectangle;connectable=0;fillColor=none;top=0;left=0;bottom=0;right=0;editable=1;overflow=hidden;" parent="UdN1vUUqeqcKqOA7NCHN-35" vertex="1">
          <mxGeometry width="30" height="30" as="geometry">
            <mxRectangle width="30" height="30" as="alternateBounds" />
          </mxGeometry>
        </mxCell>
        <mxCell id="UdN1vUUqeqcKqOA7NCHN-37" value="tar_exige_foto" style="shape=partialRectangle;connectable=0;fillColor=none;top=0;left=0;bottom=0;right=0;align=left;spacingLeft=6;overflow=hidden;fontStyle=1" parent="UdN1vUUqeqcKqOA7NCHN-35" vertex="1">
          <mxGeometry x="30" width="150" height="30" as="geometry">
            <mxRectangle width="150" height="30" as="alternateBounds" />
          </mxGeometry>
        </mxCell>
        <mxCell id="zndUY75Ssu5RbvIsFqk3-173" value="ATRIBUICAO_TAREFAS" style="shape=table;startSize=30;container=1;collapsible=1;childLayout=tableLayout;fixedRows=1;rowLines=0;fontStyle=1;align=center;resizeLast=1;html=1;fillColor=#d5e8d4;strokeColor=#82b366;" parent="1" vertex="1">
          <mxGeometry x="455" y="-508" width="180" height="180" as="geometry" />
        </mxCell>
        <mxCell id="zndUY75Ssu5RbvIsFqk3-174" value="" style="shape=tableRow;horizontal=0;startSize=0;swimlaneHead=0;swimlaneBody=0;fillColor=none;collapsible=0;dropTarget=0;points=[[0,0.5],[1,0.5]];portConstraint=eastwest;top=0;left=0;right=0;bottom=1;" parent="zndUY75Ssu5RbvIsFqk3-173" vertex="1">
          <mxGeometry y="30" width="180" height="30" as="geometry" />
        </mxCell>
        <mxCell id="zndUY75Ssu5RbvIsFqk3-175" value="PK" style="shape=partialRectangle;connectable=0;fillColor=none;top=0;left=0;bottom=0;right=0;fontStyle=1;overflow=hidden;whiteSpace=wrap;html=1;" parent="zndUY75Ssu5RbvIsFqk3-174" vertex="1">
          <mxGeometry width="30" height="30" as="geometry">
            <mxRectangle width="30" height="30" as="alternateBounds" />
          </mxGeometry>
        </mxCell>
        <mxCell id="zndUY75Ssu5RbvIsFqk3-176" value="atr_id" style="shape=partialRectangle;connectable=0;fillColor=none;top=0;left=0;bottom=0;right=0;align=left;spacingLeft=6;fontStyle=5;overflow=hidden;whiteSpace=wrap;html=1;" parent="zndUY75Ssu5RbvIsFqk3-174" vertex="1">
          <mxGeometry x="30" width="150" height="30" as="geometry">
            <mxRectangle width="150" height="30" as="alternateBounds" />
          </mxGeometry>
        </mxCell>
        <mxCell id="zndUY75Ssu5RbvIsFqk3-177" value="" style="shape=tableRow;horizontal=0;startSize=0;swimlaneHead=0;swimlaneBody=0;fillColor=none;collapsible=0;dropTarget=0;points=[[0,0.5],[1,0.5]];portConstraint=eastwest;top=0;left=0;right=0;bottom=0;" parent="zndUY75Ssu5RbvIsFqk3-173" vertex="1">
          <mxGeometry y="60" width="180" height="30" as="geometry" />
        </mxCell>
        <mxCell id="zndUY75Ssu5RbvIsFqk3-178" value="&lt;b&gt;FK&lt;/b&gt;" style="shape=partialRectangle;connectable=0;fillColor=none;top=0;left=0;bottom=0;right=0;editable=1;overflow=hidden;whiteSpace=wrap;html=1;" parent="zndUY75Ssu5RbvIsFqk3-177" vertex="1">
          <mxGeometry width="30" height="30" as="geometry">
            <mxRectangle width="30" height="30" as="alternateBounds" />
          </mxGeometry>
        </mxCell>
-         <mxCell id="zndUY75Ssu5RbvIsFqk3-179" value="&lt;b&gt;fot_tarefa_id&lt;/b&gt;" style="shape=partialRectangle;connectable=0;fillColor=none;top=0;left=0;bottom=0;right=0;align=left;spacingLeft=6;overflow=hidden;whiteSpace=wrap;html=1;" parent="zndUY75Ssu5RbvIsFqk3-177" vertex="1">
+         <mxCell id="zndUY75Ssu5RbvIsFqk3-179" value="&lt;b&gt;atr_tarefa_id&lt;/b&gt;" style="shape=partialRectangle;connectable=0;fillColor=none;top=0;left=0;bottom=0;right=0;align=left;spacingLeft=6;overflow=hidden;whiteSpace=wrap;html=1;" parent="zndUY75Ssu5RbvIsFqk3-177" vertex="1">
          <mxGeometry x="30" width="150" height="30" as="geometry">
            <mxRectangle width="150" height="30" as="alternateBounds" />
          </mxGeometry>
        </mxCell>
        <mxCell id="zndUY75Ssu5RbvIsFqk3-180" value="" style="shape=tableRow;horizontal=0;startSize=0;swimlaneHead=0;swimlaneBody=0;fillColor=none;collapsible=0;dropTarget=0;points=[[0,0.5],[1,0.5]];portConstraint=eastwest;top=0;left=0;right=0;bottom=0;" parent="zndUY75Ssu5RbvIsFqk3-173" vertex="1">
          <mxGeometry y="90" width="180" height="30" as="geometry" />
        </mxCell>
        <mxCell id="zndUY75Ssu5RbvIsFqk3-181" value="FK" style="shape=partialRectangle;connectable=0;fillColor=none;top=0;left=0;bottom=0;right=0;editable=1;overflow=hidden;whiteSpace=wrap;html=1;" parent="zndUY75Ssu5RbvIsFqk3-180" vertex="1">
          <mxGeometry width="30" height="30" as="geometry">
            <mxRectangle width="30" height="30" as="alternateBounds" />
          </mxGeometry>
        </mxCell>
        <mxCell id="zndUY75Ssu5RbvIsFqk3-182" value="atr_funcionario_id" style="shape=partialRectangle;connectable=0;fillColor=none;top=0;left=0;bottom=0;right=0;align=left;spacingLeft=6;overflow=hidden;whiteSpace=wrap;html=1;" parent="zndUY75Ssu5RbvIsFqk3-180" vertex="1">
          <mxGeometry x="30" width="150" height="30" as="geometry">
            <mxRectangle width="150" height="30" as="alternateBounds" />
          </mxGeometry>
        </mxCell>
        <mxCell id="7ouYSg8xm-ljg2GhLOAk-1" value="" style="shape=tableRow;horizontal=0;startSize=0;swimlaneHead=0;swimlaneBody=0;fillColor=none;collapsible=0;dropTarget=0;points=[[0,0.5],[1,0.5]];portConstraint=eastwest;top=0;left=0;right=0;bottom=0;" vertex="1" parent="zndUY75Ssu5RbvIsFqk3-173">
          <mxGeometry y="120" width="180" height="30" as="geometry" />
        </mxCell>
        <mxCell id="7ouYSg8xm-ljg2GhLOAk-2" value="" style="shape=partialRectangle;connectable=0;fillColor=none;top=0;left=0;bottom=0;right=0;editable=1;overflow=hidden;" vertex="1" parent="7ouYSg8xm-ljg2GhLOAk-1">
          <mxGeometry width="30" height="30" as="geometry">
            <mxRectangle width="30" height="30" as="alternateBounds" />
          </mxGeometry>
        </mxCell>
        <mxCell id="7ouYSg8xm-ljg2GhLOAk-3" value="atr_status" style="shape=partialRectangle;connectable=0;fillColor=none;top=0;left=0;bottom=0;right=0;align=left;spacingLeft=6;overflow=hidden;fontStyle=1" vertex="1" parent="7ouYSg8xm-ljg2GhLOAk-1">
          <mxGeometry x="30" width="150" height="30" as="geometry">
            <mxRectangle width="150" height="30" as="alternateBounds" />
          </mxGeometry>
        </mxCell>
        <mxCell id="zndUY75Ssu5RbvIsFqk3-186" style="shape=tableRow;horizontal=0;startSize=0;swimlaneHead=0;swimlaneBody=0;fillColor=none;collapsible=0;dropTarget=0;points=[[0,0.5],[1,0.5]];portConstraint=eastwest;top=0;left=0;right=0;bottom=0;" parent="zndUY75Ssu5RbvIsFqk3-173" vertex="1">
          <mxGeometry y="150" width="180" height="30" as="geometry" />
        </mxCell>
        <mxCell id="zndUY75Ssu5RbvIsFqk3-187" style="shape=partialRectangle;connectable=0;fillColor=none;top=0;left=0;bottom=0;right=0;editable=1;overflow=hidden;whiteSpace=wrap;html=1;" parent="zndUY75Ssu5RbvIsFqk3-186" vertex="1">
          <mxGeometry width="30" height="30" as="geometry">
            <mxRectangle width="30" height="30" as="alternateBounds" />
          </mxGeometry>
        </mxCell>
        <mxCell id="zndUY75Ssu5RbvIsFqk3-188" value="atr_data_atribuicao" style="shape=partialRectangle;connectable=0;fillColor=none;top=0;left=0;bottom=0;right=0;align=left;spacingLeft=6;overflow=hidden;whiteSpace=wrap;html=1;" parent="zndUY75Ssu5RbvIsFqk3-186" vertex="1">
          <mxGeometry x="30" width="150" height="30" as="geometry">
            <mxRectangle width="150" height="30" as="alternateBounds" />
          </mxGeometry>
        </mxCell>
        <mxCell id="zndUY75Ssu5RbvIsFqk3-208" value="TAREFA_FOTOS" style="shape=table;startSize=30;container=1;collapsible=1;childLayout=tableLayout;fixedRows=1;rowLines=0;fontStyle=1;align=center;resizeLast=1;html=1;fillColor=#d5e8d4;strokeColor=#82b366;" parent="1" vertex="1">
          <mxGeometry x="455" y="-290" width="180" height="180" as="geometry" />
        </mxCell>
        <mxCell id="zndUY75Ssu5RbvIsFqk3-209" value="" style="shape=tableRow;horizontal=0;startSize=0;swimlaneHead=0;swimlaneBody=0;fillColor=none;collapsible=0;dropTarget=0;points=[[0,0.5],[1,0.5]];portConstraint=eastwest;top=0;left=0;right=0;bottom=1;" parent="zndUY75Ssu5RbvIsFqk3-208" vertex="1">
          <mxGeometry y="30" width="180" height="30" as="geometry" />
        </mxCell>
        <mxCell id="zndUY75Ssu5RbvIsFqk3-210" value="PK" style="shape=partialRectangle;connectable=0;fillColor=none;top=0;left=0;bottom=0;right=0;fontStyle=1;overflow=hidden;whiteSpace=wrap;html=1;" parent="zndUY75Ssu5RbvIsFqk3-209" vertex="1">
          <mxGeometry width="30" height="30" as="geometry">
            <mxRectangle width="30" height="30" as="alternateBounds" />
          </mxGeometry>
        </mxCell>
        <mxCell id="zndUY75Ssu5RbvIsFqk3-211" value="fot_id" style="shape=partialRectangle;connectable=0;fillColor=none;top=0;left=0;bottom=0;right=0;align=left;spacingLeft=6;fontStyle=5;overflow=hidden;whiteSpace=wrap;html=1;" parent="zndUY75Ssu5RbvIsFqk3-209" vertex="1">
          <mxGeometry x="30" width="150" height="30" as="geometry">
            <mxRectangle width="150" height="30" as="alternateBounds" />
          </mxGeometry>
        </mxCell>
        <mxCell id="zndUY75Ssu5RbvIsFqk3-212" value="" style="shape=tableRow;horizontal=0;startSize=0;swimlaneHead=0;swimlaneBody=0;fillColor=none;collapsible=0;dropTarget=0;points=[[0,0.5],[1,0.5]];portConstraint=eastwest;top=0;left=0;right=0;bottom=0;" parent="zndUY75Ssu5RbvIsFqk3-208" vertex="1">
          <mxGeometry y="60" width="180" height="30" as="geometry" />
        </mxCell>
        <mxCell id="zndUY75Ssu5RbvIsFqk3-213" value="&lt;b&gt;FK&lt;/b&gt;" style="shape=partialRectangle;connectable=0;fillColor=none;top=0;left=0;bottom=0;right=0;editable=1;overflow=hidden;whiteSpace=wrap;html=1;" parent="zndUY75Ssu5RbvIsFqk3-212" vertex="1">
          <mxGeometry width="30" height="30" as="geometry">
            <mxRectangle width="30" height="30" as="alternateBounds" />
          </mxGeometry>
        </mxCell>
-         <mxCell id="zndUY75Ssu5RbvIsFqk3-214" value="&lt;b&gt;fot_tarefa_id&lt;/b&gt;" style="shape=partialRectangle;connectable=0;fillColor=none;top=0;left=0;bottom=0;right=0;align=left;spacingLeft=6;overflow=hidden;whiteSpace=wrap;html=1;" parent="zndUY75Ssu5RbvIsFqk3-212" vertex="1">
+         <mxCell id="zndUY75Ssu5RbvIsFqk3-214" value="&lt;b&gt;atr_tarefa_id&lt;/b&gt;" style="shape=partialRectangle;connectable=0;fillColor=none;top=0;left=0;bottom=0;right=0;align=left;spacingLeft=6;overflow=hidden;whiteSpace=wrap;html=1;" parent="zndUY75Ssu5RbvIsFqk3-212" vertex="1">
          <mxGeometry x="30" width="150" height="30" as="geometry">
            <mxRectangle width="150" height="30" as="alternateBounds" />
          </mxGeometry>
        </mxCell>
        <mxCell id="zndUY75Ssu5RbvIsFqk3-224" style="shape=tableRow;horizontal=0;startSize=0;swimlaneHead=0;swimlaneBody=0;fillColor=none;collapsible=0;dropTarget=0;points=[[0,0.5],[1,0.5]];portConstraint=eastwest;top=0;left=0;right=0;bottom=0;" parent="zndUY75Ssu5RbvIsFqk3-208" vertex="1">
          <mxGeometry y="90" width="180" height="30" as="geometry" />
        </mxCell>
        <mxCell id="zndUY75Ssu5RbvIsFqk3-225" style="shape=partialRectangle;connectable=0;fillColor=none;top=0;left=0;bottom=0;right=0;editable=1;overflow=hidden;whiteSpace=wrap;html=1;" parent="zndUY75Ssu5RbvIsFqk3-224" vertex="1">
          <mxGeometry width="30" height="30" as="geometry">
            <mxRectangle width="30" height="30" as="alternateBounds" />
          </mxGeometry>
        </mxCell>
        <mxCell id="zndUY75Ssu5RbvIsFqk3-226" value="&lt;b&gt;fot_nome&lt;/b&gt;" style="shape=partialRectangle;connectable=0;fillColor=none;top=0;left=0;bottom=0;right=0;align=left;spacingLeft=6;overflow=hidden;whiteSpace=wrap;html=1;" parent="zndUY75Ssu5RbvIsFqk3-224" vertex="1">
          <mxGeometry x="30" width="150" height="30" as="geometry">
            <mxRectangle width="150" height="30" as="alternateBounds" />
          </mxGeometry>
        </mxCell>
        <mxCell id="zndUY75Ssu5RbvIsFqk3-227" style="shape=tableRow;horizontal=0;startSize=0;swimlaneHead=0;swimlaneBody=0;fillColor=none;collapsible=0;dropTarget=0;points=[[0,0.5],[1,0.5]];portConstraint=eastwest;top=0;left=0;right=0;bottom=0;" parent="zndUY75Ssu5RbvIsFqk3-208" vertex="1">
          <mxGeometry y="120" width="180" height="30" as="geometry" />
        </mxCell>
        <mxCell id="zndUY75Ssu5RbvIsFqk3-228" style="shape=partialRectangle;connectable=0;fillColor=none;top=0;left=0;bottom=0;right=0;editable=1;overflow=hidden;whiteSpace=wrap;html=1;" parent="zndUY75Ssu5RbvIsFqk3-227" vertex="1">
          <mxGeometry width="30" height="30" as="geometry">
            <mxRectangle width="30" height="30" as="alternateBounds" />
          </mxGeometry>
        </mxCell>
        <mxCell id="zndUY75Ssu5RbvIsFqk3-229" value="fot_decricao" style="shape=partialRectangle;connectable=0;fillColor=none;top=0;left=0;bottom=0;right=0;align=left;spacingLeft=6;overflow=hidden;whiteSpace=wrap;html=1;" parent="zndUY75Ssu5RbvIsFqk3-227" vertex="1">
          <mxGeometry x="30" width="150" height="30" as="geometry">
            <mxRectangle width="150" height="30" as="alternateBounds" />
          </mxGeometry>
        </mxCell>
        <mxCell id="zndUY75Ssu5RbvIsFqk3-230" style="shape=tableRow;horizontal=0;startSize=0;swimlaneHead=0;swimlaneBody=0;fillColor=none;collapsible=0;dropTarget=0;points=[[0,0.5],[1,0.5]];portConstraint=eastwest;top=0;left=0;right=0;bottom=0;" parent="zndUY75Ssu5RbvIsFqk3-208" vertex="1">
          <mxGeometry y="150" width="180" height="30" as="geometry" />
        </mxCell>
        <mxCell id="zndUY75Ssu5RbvIsFqk3-231" style="shape=partialRectangle;connectable=0;fillColor=none;top=0;left=0;bottom=0;right=0;editable=1;overflow=hidden;whiteSpace=wrap;html=1;" parent="zndUY75Ssu5RbvIsFqk3-230" vertex="1">
          <mxGeometry width="30" height="30" as="geometry">
            <mxRectangle width="30" height="30" as="alternateBounds" />
          </mxGeometry>
        </mxCell>
        <mxCell id="zndUY75Ssu5RbvIsFqk3-232" value="&lt;b&gt;fot_data_envio&lt;/b&gt;" style="shape=partialRectangle;connectable=0;fillColor=none;top=0;left=0;bottom=0;right=0;align=left;spacingLeft=6;overflow=hidden;whiteSpace=wrap;html=1;" parent="zndUY75Ssu5RbvIsFqk3-230" vertex="1">
          <mxGeometry x="30" width="150" height="30" as="geometry">
            <mxRectangle width="150" height="30" as="alternateBounds" />
          </mxGeometry>
        </mxCell>
        <mxCell id="zndUY75Ssu5RbvIsFqk3-289" value="" style="html=1;rounded=0;endArrow=ERone;endFill=0;strokeWidth=2;startArrow=ERmany;startFill=0;exitX=0;exitY=0.5;exitDx=0;exitDy=0;entryX=0;entryY=0.5;entryDx=0;entryDy=0;edgeStyle=elbowEdgeStyle;" parent="1" source="zndUY75Ssu5RbvIsFqk3-86" target="zndUY75Ssu5RbvIsFqk3-117" edge="1">
          <mxGeometry width="100" relative="1" as="geometry">
            <mxPoint x="395" y="-970" as="sourcePoint" />
            <mxPoint x="495" y="-970" as="targetPoint" />
            <Array as="points">
              <mxPoint x="85" y="-570" />
            </Array>
          </mxGeometry>
        </mxCell>
        <mxCell id="zndUY75Ssu5RbvIsFqk3-290" value="" style="html=1;rounded=0;endArrow=ERone;endFill=0;strokeWidth=2;startArrow=ERmany;startFill=0;exitX=0;exitY=0.5;exitDx=0;exitDy=0;entryX=0;entryY=0.5;entryDx=0;entryDy=0;edgeStyle=orthogonalEdgeStyle;" parent="1" source="zndUY75Ssu5RbvIsFqk3-83" target="zndUY75Ssu5RbvIsFqk3-130" edge="1">
          <mxGeometry width="100" relative="1" as="geometry">
            <mxPoint x="455" y="-930" as="sourcePoint" />
            <mxPoint x="555" y="-930" as="targetPoint" />
            <Array as="points">
              <mxPoint x="25" y="-795" />
              <mxPoint x="25" y="-955" />
            </Array>
          </mxGeometry>
        </mxCell>
        <mxCell id="zndUY75Ssu5RbvIsFqk3-291" value="" style="html=1;rounded=0;endArrow=ERone;endFill=0;strokeWidth=2;startArrow=ERmany;startFill=0;entryX=1;entryY=0.5;entryDx=0;entryDy=0;edgeStyle=orthogonalEdgeStyle;elbow=vertical;exitX=0;exitY=0.5;exitDx=0;exitDy=0;" parent="1" source="zndUY75Ssu5RbvIsFqk3-146" target="zndUY75Ssu5RbvIsFqk3-130" edge="1">
          <mxGeometry width="100" relative="1" as="geometry">
            <mxPoint x="505" y="-820" as="sourcePoint" />
            <mxPoint x="65" y="-170" as="targetPoint" />
            <Array as="points">
              <mxPoint x="415" y="-825" />
              <mxPoint x="415" y="-955" />
            </Array>
          </mxGeometry>
        </mxCell>
        <mxCell id="zndUY75Ssu5RbvIsFqk3-293" value="" style="html=1;rounded=0;endArrow=ERone;endFill=0;strokeWidth=2;startArrow=ERmany;startFill=0;exitX=1;exitY=0.5;exitDx=0;exitDy=0;entryX=1;entryY=0.5;entryDx=0;entryDy=0;edgeStyle=orthogonalEdgeStyle;" parent="1" source="zndUY75Ssu5RbvIsFqk3-177" target="zndUY75Ssu5RbvIsFqk3-143" edge="1">
          <mxGeometry width="100" relative="1" as="geometry">
            <mxPoint x="505" y="-450" as="sourcePoint" />
            <mxPoint x="605" y="-450" as="targetPoint" />
            <Array as="points">
              <mxPoint x="702" y="-433" />
              <mxPoint x="702" y="-855" />
            </Array>
          </mxGeometry>
        </mxCell>
        <mxCell id="zndUY75Ssu5RbvIsFqk3-294" value="" style="html=1;rounded=0;endArrow=ERone;endFill=0;strokeWidth=2;startArrow=ERmany;startFill=0;exitX=0;exitY=0.5;exitDx=0;exitDy=0;entryX=1;entryY=0.5;entryDx=0;entryDy=0;edgeStyle=orthogonalEdgeStyle;" parent="1" source="zndUY75Ssu5RbvIsFqk3-149" target="zndUY75Ssu5RbvIsFqk3-80" edge="1">
          <mxGeometry width="100" relative="1" as="geometry">
            <mxPoint x="745" y="-700" as="sourcePoint" />
            <mxPoint x="845" y="-700" as="targetPoint" />
            <Array as="points">
              <mxPoint x="375" y="-795" />
              <mxPoint x="375" y="-825" />
            </Array>
          </mxGeometry>
        </mxCell>
        <mxCell id="zndUY75Ssu5RbvIsFqk3-295" value="" style="html=1;rounded=0;endArrow=ERone;endFill=0;strokeWidth=2;startArrow=ERmany;startFill=0;exitX=0;exitY=0.5;exitDx=0;exitDy=0;entryX=1;entryY=0.5;entryDx=0;entryDy=0;edgeStyle=orthogonalEdgeStyle;" parent="1" source="zndUY75Ssu5RbvIsFqk3-180" target="zndUY75Ssu5RbvIsFqk3-80" edge="1">
          <mxGeometry width="100" relative="1" as="geometry">
            <mxPoint x="390" y="-540" as="sourcePoint" />
            <mxPoint x="490" y="-540" as="targetPoint" />
            <Array as="points">
              <mxPoint x="375" y="-403" />
              <mxPoint x="375" y="-825" />
            </Array>
          </mxGeometry>
        </mxCell>
        <mxCell id="zndUY75Ssu5RbvIsFqk3-299" value="" style="html=1;rounded=0;endArrow=ERone;endFill=0;strokeWidth=2;startArrow=ERmany;startFill=0;entryX=1;entryY=0.5;entryDx=0;entryDy=0;edgeStyle=orthogonalEdgeStyle;exitX=1;exitY=0.5;exitDx=0;exitDy=0;" parent="1" source="zndUY75Ssu5RbvIsFqk3-212" target="zndUY75Ssu5RbvIsFqk3-143" edge="1">
          <mxGeometry width="100" relative="1" as="geometry">
            <mxPoint x="735" y="-210" as="sourcePoint" />
            <mxPoint x="535" y="-220" as="targetPoint" />
            <Array as="points">
              <mxPoint x="740" y="-215" />
              <mxPoint x="740" y="-855" />
            </Array>
          </mxGeometry>
        </mxCell>
        <mxCell id="UdN1vUUqeqcKqOA7NCHN-1" value="PERMISSOES" style="shape=table;startSize=30;container=1;collapsible=1;childLayout=tableLayout;fixedRows=1;rowLines=0;fontStyle=1;align=center;resizeLast=1;html=1;fillColor=#d5e8d4;strokeColor=#82b366;" parent="1" vertex="1">
          <mxGeometry x="135" y="-200" width="180" height="90" as="geometry" />
        </mxCell>
        <mxCell id="UdN1vUUqeqcKqOA7NCHN-2" value="" style="shape=tableRow;horizontal=0;startSize=0;swimlaneHead=0;swimlaneBody=0;fillColor=none;collapsible=0;dropTarget=0;points=[[0,0.5],[1,0.5]];portConstraint=eastwest;top=0;left=0;right=0;bottom=1;" parent="UdN1vUUqeqcKqOA7NCHN-1" vertex="1">
          <mxGeometry y="30" width="180" height="30" as="geometry" />
        </mxCell>
        <mxCell id="UdN1vUUqeqcKqOA7NCHN-3" value="PK" style="shape=partialRectangle;connectable=0;fillColor=none;top=0;left=0;bottom=0;right=0;fontStyle=1;overflow=hidden;whiteSpace=wrap;html=1;" parent="UdN1vUUqeqcKqOA7NCHN-2" vertex="1">
          <mxGeometry width="30" height="30" as="geometry">
            <mxRectangle width="30" height="30" as="alternateBounds" />
          </mxGeometry>
        </mxCell>
        <mxCell id="UdN1vUUqeqcKqOA7NCHN-4" value="prm_id" style="shape=partialRectangle;connectable=0;fillColor=none;top=0;left=0;bottom=0;right=0;align=left;spacingLeft=6;fontStyle=5;overflow=hidden;whiteSpace=wrap;html=1;" parent="UdN1vUUqeqcKqOA7NCHN-2" vertex="1">
          <mxGeometry x="30" width="150" height="30" as="geometry">
            <mxRectangle width="150" height="30" as="alternateBounds" />
          </mxGeometry>
        </mxCell>
        <mxCell id="UdN1vUUqeqcKqOA7NCHN-5" value="" style="shape=tableRow;horizontal=0;startSize=0;swimlaneHead=0;swimlaneBody=0;fillColor=none;collapsible=0;dropTarget=0;points=[[0,0.5],[1,0.5]];portConstraint=eastwest;top=0;left=0;right=0;bottom=0;" parent="UdN1vUUqeqcKqOA7NCHN-1" vertex="1">
          <mxGeometry y="60" width="180" height="30" as="geometry" />
        </mxCell>
        <mxCell id="UdN1vUUqeqcKqOA7NCHN-6" value="" style="shape=partialRectangle;connectable=0;fillColor=none;top=0;left=0;bottom=0;right=0;editable=1;overflow=hidden;whiteSpace=wrap;html=1;" parent="UdN1vUUqeqcKqOA7NCHN-5" vertex="1">
          <mxGeometry width="30" height="30" as="geometry">
            <mxRectangle width="30" height="30" as="alternateBounds" />
          </mxGeometry>
        </mxCell>
        <mxCell id="UdN1vUUqeqcKqOA7NCHN-7" value="&lt;b&gt;prm_nome&lt;/b&gt;" style="shape=partialRectangle;connectable=0;fillColor=none;top=0;left=0;bottom=0;right=0;align=left;spacingLeft=6;overflow=hidden;whiteSpace=wrap;html=1;" parent="UdN1vUUqeqcKqOA7NCHN-5" vertex="1">
          <mxGeometry x="30" width="150" height="30" as="geometry">
            <mxRectangle width="150" height="30" as="alternateBounds" />
          </mxGeometry>
        </mxCell>
        <mxCell id="UdN1vUUqeqcKqOA7NCHN-14" value="CARGO_PERMISSOES" style="shape=table;startSize=30;container=1;collapsible=1;childLayout=tableLayout;fixedRows=1;rowLines=0;fontStyle=1;align=center;resizeLast=1;html=1;whiteSpace=wrap;fillColor=#d5e8d4;strokeColor=#82b366;" parent="1" vertex="1">
          <mxGeometry x="135" y="-420" width="180" height="180" as="geometry" />
        </mxCell>
        <mxCell id="UdN1vUUqeqcKqOA7NCHN-15" value="" style="shape=tableRow;horizontal=0;startSize=0;swimlaneHead=0;swimlaneBody=0;fillColor=none;collapsible=0;dropTarget=0;points=[[0,0.5],[1,0.5]];portConstraint=eastwest;top=0;left=0;right=0;bottom=0;html=1;" parent="UdN1vUUqeqcKqOA7NCHN-14" vertex="1">
          <mxGeometry y="30" width="180" height="30" as="geometry" />
        </mxCell>
        <mxCell id="UdN1vUUqeqcKqOA7NCHN-16" value="PK,FK" style="shape=partialRectangle;connectable=0;fillColor=none;top=0;left=0;bottom=0;right=0;fontStyle=1;overflow=hidden;html=1;whiteSpace=wrap;" parent="UdN1vUUqeqcKqOA7NCHN-15" vertex="1">
          <mxGeometry width="60" height="30" as="geometry">
            <mxRectangle width="60" height="30" as="alternateBounds" />
          </mxGeometry>
        </mxCell>
        <mxCell id="UdN1vUUqeqcKqOA7NCHN-17" value="crg_id" style="shape=partialRectangle;connectable=0;fillColor=none;top=0;left=0;bottom=0;right=0;align=left;spacingLeft=6;fontStyle=1;overflow=hidden;html=1;whiteSpace=wrap;" parent="UdN1vUUqeqcKqOA7NCHN-15" vertex="1">
          <mxGeometry x="60" width="120" height="30" as="geometry">
            <mxRectangle width="120" height="30" as="alternateBounds" />
          </mxGeometry>
        </mxCell>
        <mxCell id="UdN1vUUqeqcKqOA7NCHN-18" value="" style="shape=tableRow;horizontal=0;startSize=0;swimlaneHead=0;swimlaneBody=0;fillColor=none;collapsible=0;dropTarget=0;points=[[0,0.5],[1,0.5]];portConstraint=eastwest;top=0;left=0;right=0;bottom=1;html=1;" parent="UdN1vUUqeqcKqOA7NCHN-14" vertex="1">
          <mxGeometry y="60" width="180" height="30" as="geometry" />
        </mxCell>
        <mxCell id="UdN1vUUqeqcKqOA7NCHN-19" value="PK,FK" style="shape=partialRectangle;connectable=0;fillColor=none;top=0;left=0;bottom=0;right=0;fontStyle=1;overflow=hidden;html=1;whiteSpace=wrap;" parent="UdN1vUUqeqcKqOA7NCHN-18" vertex="1">
          <mxGeometry width="60" height="30" as="geometry">
            <mxRectangle width="60" height="30" as="alternateBounds" />
          </mxGeometry>
        </mxCell>
        <mxCell id="UdN1vUUqeqcKqOA7NCHN-20" value="prm_id" style="shape=partialRectangle;connectable=0;fillColor=none;top=0;left=0;bottom=0;right=0;align=left;spacingLeft=6;fontStyle=1;overflow=hidden;html=1;whiteSpace=wrap;" parent="UdN1vUUqeqcKqOA7NCHN-18" vertex="1">
          <mxGeometry x="60" width="120" height="30" as="geometry">
            <mxRectangle width="120" height="30" as="alternateBounds" />
          </mxGeometry>
        </mxCell>
        <mxCell id="UdN1vUUqeqcKqOA7NCHN-21" value="" style="shape=tableRow;horizontal=0;startSize=0;swimlaneHead=0;swimlaneBody=0;fillColor=none;collapsible=0;dropTarget=0;points=[[0,0.5],[1,0.5]];portConstraint=eastwest;top=0;left=0;right=0;bottom=0;html=1;" parent="UdN1vUUqeqcKqOA7NCHN-14" vertex="1">
          <mxGeometry y="90" width="180" height="30" as="geometry" />
        </mxCell>
        <mxCell id="UdN1vUUqeqcKqOA7NCHN-22" value="" style="shape=partialRectangle;connectable=0;fillColor=none;top=0;left=0;bottom=0;right=0;editable=1;overflow=hidden;html=1;whiteSpace=wrap;" parent="UdN1vUUqeqcKqOA7NCHN-21" vertex="1">
          <mxGeometry width="60" height="30" as="geometry">
            <mxRectangle width="60" height="30" as="alternateBounds" />
          </mxGeometry>
        </mxCell>
        <mxCell id="UdN1vUUqeqcKqOA7NCHN-23" value="&lt;b&gt;cgr_prm_cadastrar&lt;/b&gt;" style="shape=partialRectangle;connectable=0;fillColor=none;top=0;left=0;bottom=0;right=0;align=left;spacingLeft=6;overflow=hidden;html=1;whiteSpace=wrap;" parent="UdN1vUUqeqcKqOA7NCHN-21" vertex="1">
          <mxGeometry x="60" width="120" height="30" as="geometry">
            <mxRectangle width="120" height="30" as="alternateBounds" />
          </mxGeometry>
        </mxCell>
        <mxCell id="UdN1vUUqeqcKqOA7NCHN-24" value="" style="shape=tableRow;horizontal=0;startSize=0;swimlaneHead=0;swimlaneBody=0;fillColor=none;collapsible=0;dropTarget=0;points=[[0,0.5],[1,0.5]];portConstraint=eastwest;top=0;left=0;right=0;bottom=0;html=1;" parent="UdN1vUUqeqcKqOA7NCHN-14" vertex="1">
          <mxGeometry y="120" width="180" height="30" as="geometry" />
        </mxCell>
        <mxCell id="UdN1vUUqeqcKqOA7NCHN-25" value="" style="shape=partialRectangle;connectable=0;fillColor=none;top=0;left=0;bottom=0;right=0;editable=1;overflow=hidden;html=1;whiteSpace=wrap;" parent="UdN1vUUqeqcKqOA7NCHN-24" vertex="1">
          <mxGeometry width="60" height="30" as="geometry">
            <mxRectangle width="60" height="30" as="alternateBounds" />
          </mxGeometry>
        </mxCell>
        <mxCell id="UdN1vUUqeqcKqOA7NCHN-26" value="&lt;b&gt;cgr_prm_editar&lt;/b&gt;" style="shape=partialRectangle;connectable=0;fillColor=none;top=0;left=0;bottom=0;right=0;align=left;spacingLeft=6;overflow=hidden;html=1;whiteSpace=wrap;" parent="UdN1vUUqeqcKqOA7NCHN-24" vertex="1">
          <mxGeometry x="60" width="120" height="30" as="geometry">
            <mxRectangle width="120" height="30" as="alternateBounds" />
          </mxGeometry>
        </mxCell>
        <mxCell id="UdN1vUUqeqcKqOA7NCHN-27" value="" style="shape=tableRow;horizontal=0;startSize=0;swimlaneHead=0;swimlaneBody=0;fillColor=none;collapsible=0;dropTarget=0;points=[[0,0.5],[1,0.5]];portConstraint=eastwest;top=0;left=0;right=0;bottom=0;" parent="UdN1vUUqeqcKqOA7NCHN-14" vertex="1">
          <mxGeometry y="150" width="180" height="30" as="geometry" />
        </mxCell>
        <mxCell id="UdN1vUUqeqcKqOA7NCHN-28" value="" style="shape=partialRectangle;connectable=0;fillColor=none;top=0;left=0;bottom=0;right=0;editable=1;overflow=hidden;" parent="UdN1vUUqeqcKqOA7NCHN-27" vertex="1">
          <mxGeometry width="60" height="30" as="geometry">
            <mxRectangle width="60" height="30" as="alternateBounds" />
          </mxGeometry>
        </mxCell>
        <mxCell id="UdN1vUUqeqcKqOA7NCHN-29" value="cgr_prm_consultar" style="shape=partialRectangle;connectable=0;fillColor=none;top=0;left=0;bottom=0;right=0;align=left;spacingLeft=6;overflow=hidden;fontStyle=1" parent="UdN1vUUqeqcKqOA7NCHN-27" vertex="1">
          <mxGeometry x="60" width="120" height="30" as="geometry">
            <mxRectangle width="120" height="30" as="alternateBounds" />
          </mxGeometry>
        </mxCell>
        <mxCell id="UdN1vUUqeqcKqOA7NCHN-33" value="" style="html=1;rounded=0;endArrow=ERone;endFill=0;strokeWidth=2;startArrow=ERmany;startFill=0;exitX=0;exitY=0.5;exitDx=0;exitDy=0;entryX=0;entryY=0.5;entryDx=0;entryDy=0;edgeStyle=elbowEdgeStyle;" parent="1" source="UdN1vUUqeqcKqOA7NCHN-15" target="zndUY75Ssu5RbvIsFqk3-117" edge="1">
          <mxGeometry width="100" relative="1" as="geometry">
            <mxPoint x="25" y="-550" as="sourcePoint" />
            <mxPoint x="25" y="-310" as="targetPoint" />
            <Array as="points">
              <mxPoint x="85" y="-440" />
            </Array>
          </mxGeometry>
        </mxCell>
        <mxCell id="UdN1vUUqeqcKqOA7NCHN-34" value="" style="html=1;rounded=0;endArrow=ERone;endFill=0;strokeWidth=2;startArrow=ERmany;startFill=0;exitX=0;exitY=0.5;exitDx=0;exitDy=0;entryX=0;entryY=0.5;entryDx=0;entryDy=0;edgeStyle=elbowEdgeStyle;" parent="1" source="UdN1vUUqeqcKqOA7NCHN-18" target="UdN1vUUqeqcKqOA7NCHN-2" edge="1">
          <mxGeometry width="100" relative="1" as="geometry">
            <mxPoint x="105" y="-140" as="sourcePoint" />
            <mxPoint x="105" y="-290" as="targetPoint" />
            <Array as="points">
              <mxPoint x="85" y="-250" />
            </Array>
          </mxGeometry>
        </mxCell>
      </root>
    </mxGraphModel>
  </diagram>
</mxfile>
